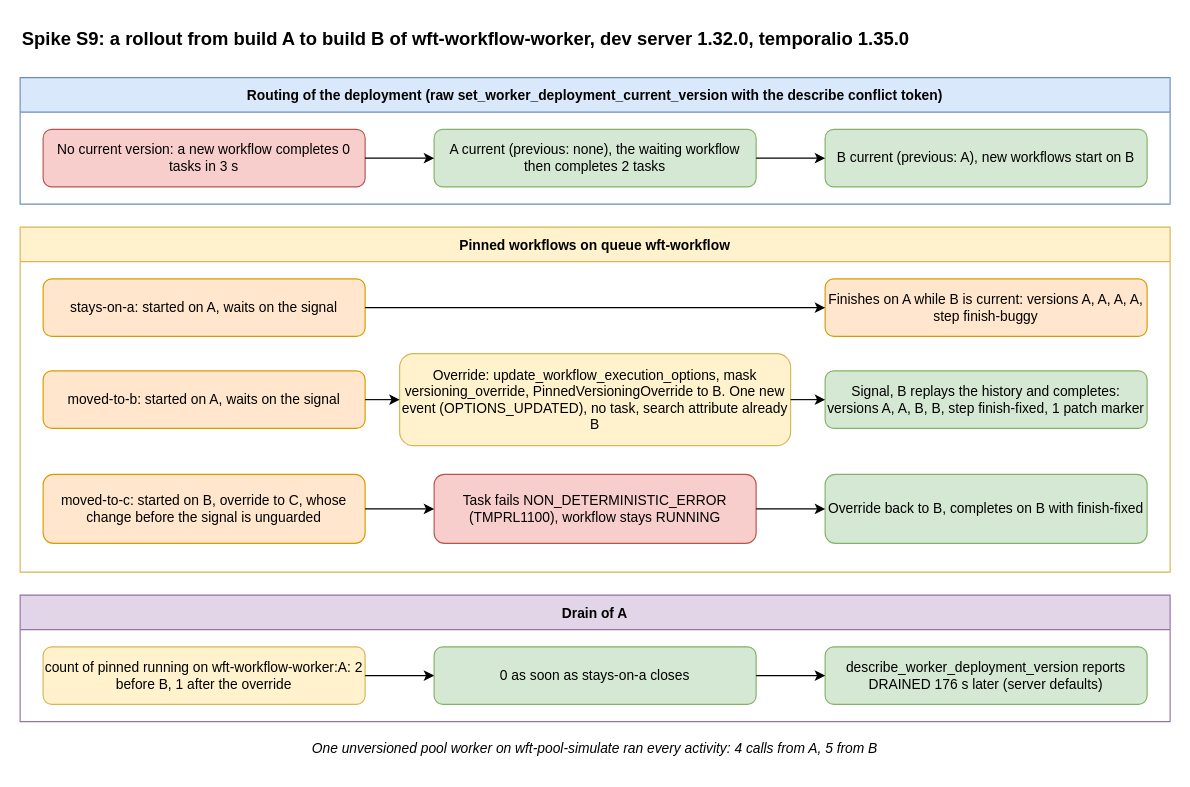
This is docs/delivery/spikes/S9/versioning.drawio from AndoNorth/disyard, a draw.io file, before an edit. Source tidied: cells renumbered, new cells numbered last; positions are measured from the earlier drawing's top-left corner, leaving out a move shared by most shapes. Both pictures are drawn from the tidied source at 115%, with x=0, y=0 at pixel (20, 20).
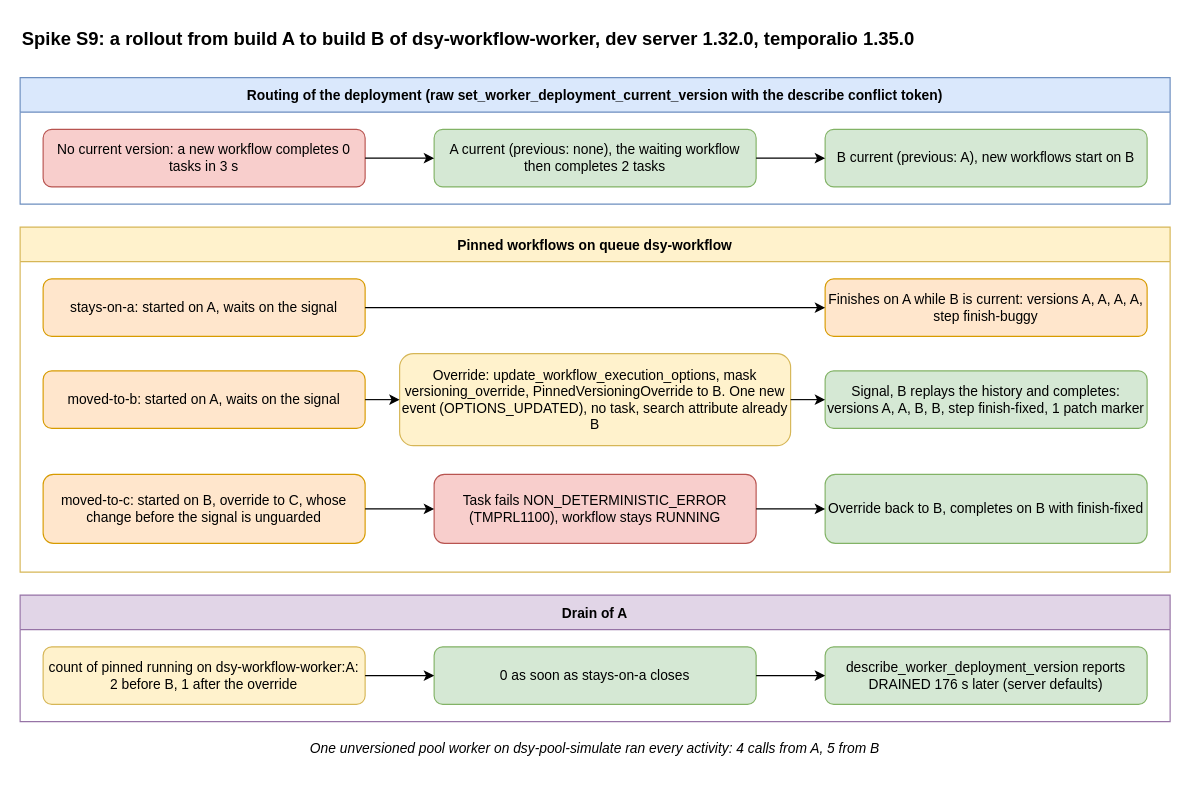
The same page after the edit.

The change refers to these unchanged cells:
```xml
<mxCell id="23" value="Drain of A" style="swimlane;startSize=30;fillColor=#e1d5e7;strokeColor=#9673a6;fontStyle=1;" parent="1" vertex="1">
  <mxGeometry y="500" width="1000" height="110" as="geometry" />
</mxCell>
```

Change to the diagram source:
```diff
@@
-    <mxCell id="2" value="Spike S9: a rollout from build A to build B of wft-workflow-worker, dev server 1.32.0, temporalio 1.35.0" style="text;html=1;fontSize=16;fontStyle=1;align=left;" parent="1" vertex="1">
+    <mxCell id="2" value="Spike S9: a rollout from build A to build B of dsy-workflow-worker, dev server 1.32.0, temporalio 1.35.0" style="text;html=1;fontSize=16;fontStyle=1;align=left;" parent="1" vertex="1">
       <mxGeometry width="1000" height="30" as="geometry" />
     </mxCell>
@@
-    <mxCell id="9" value="Pinned workflows on queue wft-workflow" style="swimlane;startSize=30;fillColor=#fff2cc;strokeColor=#d6b656;fontStyle=1;" parent="1" vertex="1">
+    <mxCell id="9" value="Pinned workflows on queue dsy-workflow" style="swimlane;startSize=30;fillColor=#fff2cc;strokeColor=#d6b656;fontStyle=1;" parent="1" vertex="1">
       <mxGeometry y="180" width="1000" height="300" as="geometry" />
     </mxCell>
@@
-    <mxCell id="24" value="count of pinned running on wft-workflow-worker:A: 2 before B, 1 after the override" style="rounded=1;whiteSpace=wrap;html=1;fillColor=#fff2cc;strokeColor=#d6b656;" parent="23" vertex="1">
+    <mxCell id="24" value="count of pinned running on dsy-workflow-worker:A: 2 before B, 1 after the override" style="rounded=1;whiteSpace=wrap;html=1;fillColor=#fff2cc;strokeColor=#d6b656;" parent="23" vertex="1">
       <mxGeometry x="20" y="45" width="280" height="50" as="geometry" />
     </mxCell>
@@
-    <mxCell id="29" value="One unversioned pool worker on wft-pool-simulate ran every activity: 4 calls from A, 5 from B" style="text;html=1;whiteSpace=wrap;align=center;fontStyle=2;" parent="1" vertex="1">
+    <mxCell id="29" value="One unversioned pool worker on dsy-pool-simulate ran every activity: 4 calls from A, 5 from B" style="text;html=1;whiteSpace=wrap;align=center;fontStyle=2;" parent="1" vertex="1">
       <mxGeometry y="620" width="1000" height="30" as="geometry" />
     </mxCell>
```
